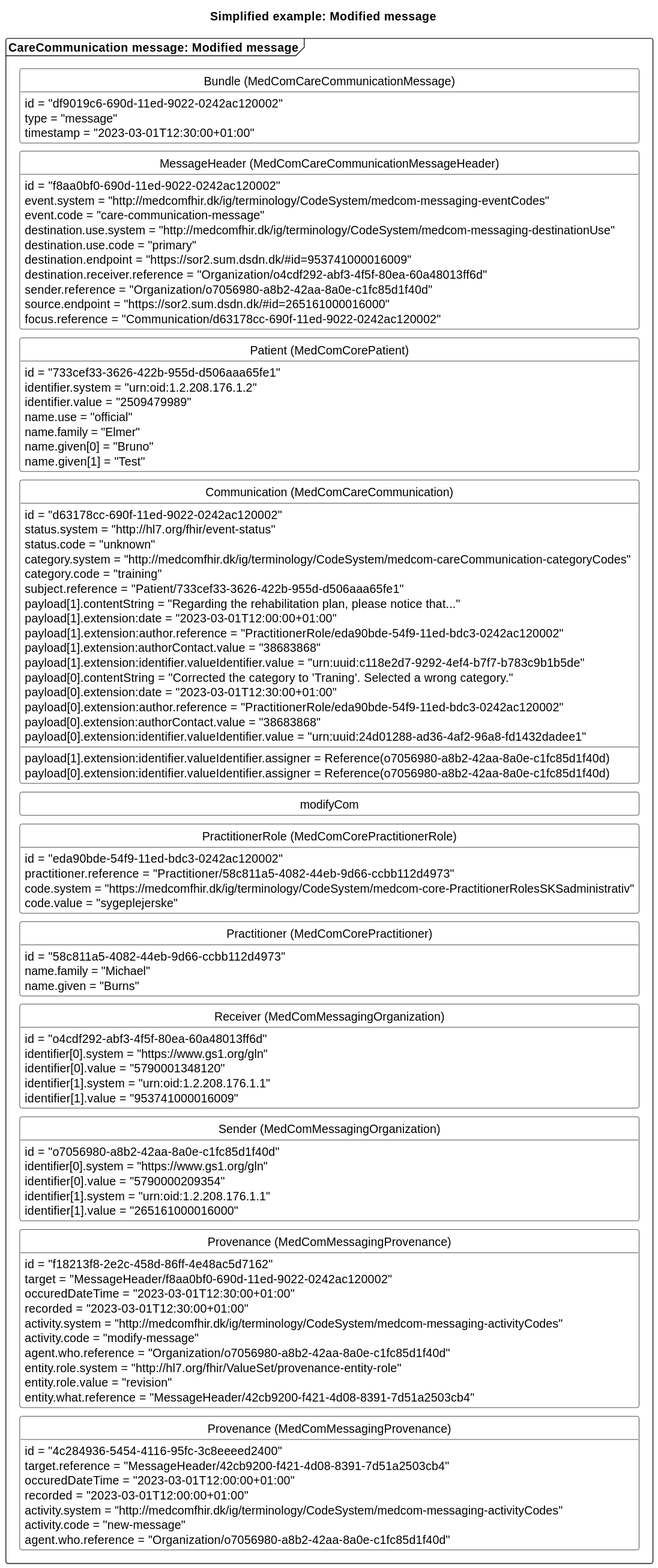
Above: input/images/carecommunication/CCmodifyMessage.svg in medcomdk/dk-medcom-carecommunication (PlantUML), before the change.
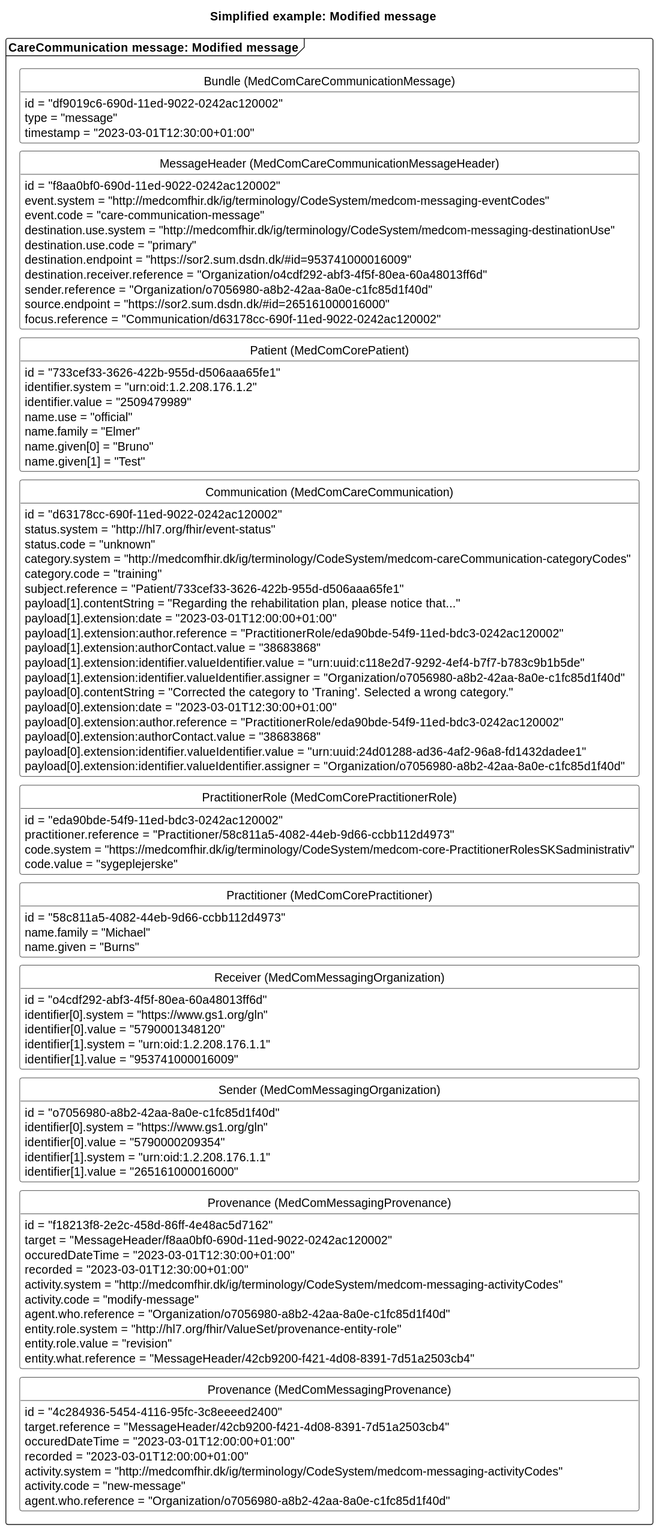
After the change.

The edit, as a diff of the source:
```diff
@@ -52,13 +52,13 @@
         payload[1].extension:author.reference = "PractitionerRole/eda90bde-54f9-11ed-bdc3-0242ac120002"
         payload[1].extension:authorContact.value = "38683868"
         payload[1].extension:identifier.valueIdentifier.value = "urn:uuid:c118e2d7-9292-4ef4-b7f7-b783c9b1b5de"
-        payload[1].extension:identifier.valueIdentifier.assigner = Reference(o7056980-a8b2-42aa-8a0e-c1fc85d1f40d)
+        payload[1].extension:identifier.valueIdentifier.assigner = "Organization/o7056980-a8b2-42aa-8a0e-c1fc85d1f40d"
         payload[0].contentString = "Corrected the category to 'Traning'. Selected a wrong category."
         payload[0].extension:date = "2023-03-01T12:30:00+01:00"
         payload[0].extension:author.reference = "PractitionerRole/eda90bde-54f9-11ed-bdc3-0242ac120002"
         payload[0].extension:authorContact.value = "38683868"
         payload[0].extension:identifier.valueIdentifier.value = "urn:uuid:24d01288-ad36-4af2-96a8-fd1432dadee1"
-        payload[0].extension:identifier.valueIdentifier.assigner = Reference(o7056980-a8b2-42aa-8a0e-c1fc85d1f40d)
+        payload[0].extension:identifier.valueIdentifier.assigner = "Organization/o7056980-a8b2-42aa-8a0e-c1fc85d1f40d"
     }
     class "PractitionerRole (MedComCorePractitionerRole)" as modifyPracR{
         id = "eda90bde-54f9-11ed-bdc3-0242ac120002"
@@ -110,8 +110,7 @@
 modifyB -[hidden]- modifyMH
 modifyMH -[hidden]-modifyPT
 modifyPT-[hidden]-newCom
-newCom-[hidden]-modifyCom
-modifyCom -[hidden]-modifyPracR
+newCom-[hidden]-modifyPracR
 modifyPracR-[hidden]-modifyPrac
 modifyPrac-[hidden]-modifyROrg
 modifyROrg-[hidden]- modifySOrg
```
